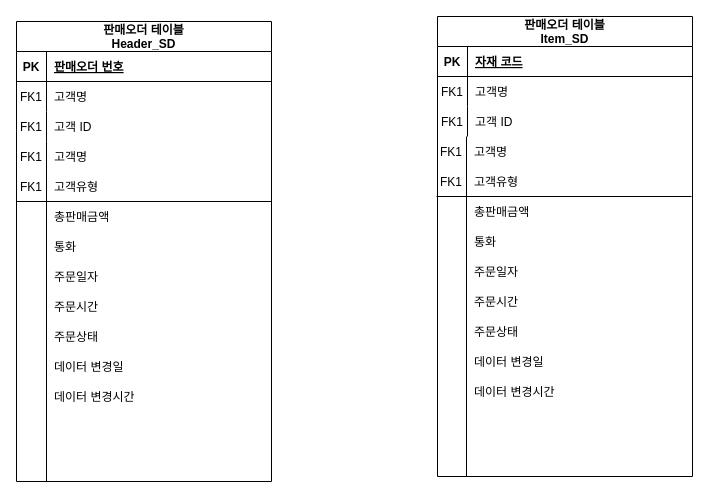
Earlier version of the draw.io diagram ERD.drawio (theboxx/haha). Source tidied: cells renumbered, new cells numbered last; positions are measured from the earlier drawing's top-left corner, leaving out a move shared by most shapes. Both pictures are drawn from the tidied source at 100%, with x=0, y=0 at pixel (16, 16).
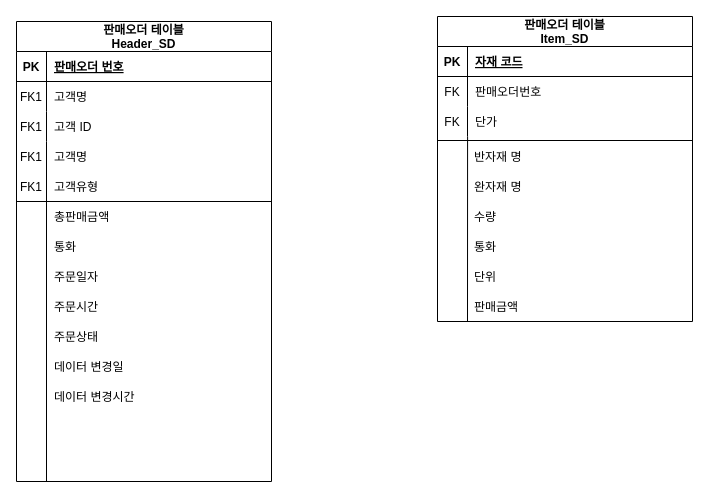
After the change.

The change refers to these unchanged cells:
```xml
<mxCell id="29" style="shape=partialRectangle;fillColor=none;top=0;left=0;right=0;bottom=0;" parent="25" vertex="1">
  <mxGeometry y="60" width="255" height="30" as="geometry" />
</mxCell>
<mxCell id="32" style="shape=partialRectangle;fillColor=none;points=[[0,0.5],[1,0.5]];portConstraint=eastwest;top=0;left=0;right=0;bottom=0;" parent="25" vertex="1">
  <mxGeometry y="90" width="255" height="30" as="geometry" />
</mxCell>
```

Change to the diagram source:
```diff
@@
     <mxCell id="25" value="판매오더 테이블&#10;Item_SD" style="shape=table;startSize=30;childLayout=tableLayout;rowLines=0;fontStyle=1;align=center;" parent="1" vertex="1">
-      <mxGeometry x="421" width="255" height="460" as="geometry" />
+      <mxGeometry x="421" width="255" height="305" as="geometry" />
     </mxCell>
@@
-    <mxCell id="30" value="FK1" style="shape=partialRectangle;overflow=hidden;fillColor=none;top=0;left=0;bottom=0;right=0;" parent="29" vertex="1">
+    <mxCell id="30" value="FK" style="shape=partialRectangle;overflow=hidden;fillColor=none;top=0;left=0;bottom=0;right=0;" parent="29" vertex="1">
       <mxGeometry width="30" height="30" as="geometry" />
     </mxCell>
-    <mxCell id="31" value="고객명" style="shape=partialRectangle;overflow=hidden;fillColor=none;top=0;left=0;bottom=0;right=0;align=left;spacingLeft=6;" parent="29" vertex="1">
+    <mxCell id="31" value="판매오더번호" style="shape=partialRectangle;overflow=hidden;fillColor=none;top=0;left=0;bottom=0;right=0;align=left;spacingLeft=6;" parent="29" vertex="1">
       <mxGeometry x="30" width="225" height="30" as="geometry" />
     </mxCell>
@@
-    <mxCell id="33" value="FK1" style="shape=partialRectangle;overflow=hidden;fillColor=none;top=0;left=0;bottom=0;right=0;" parent="32" vertex="1">
+    <mxCell id="33" value="FK" style="shape=partialRectangle;overflow=hidden;fillColor=none;top=0;left=0;bottom=0;right=0;" parent="32" vertex="1">
       <mxGeometry width="30" height="30" as="geometry" />
     </mxCell>
-    <mxCell id="34" value="고객 ID" style="shape=partialRectangle;overflow=hidden;fillColor=none;top=0;left=0;bottom=0;right=0;align=left;spacingLeft=6;" parent="32" vertex="1">
+    <mxCell id="34" value="단가" style="shape=partialRectangle;overflow=hidden;fillColor=none;top=0;left=0;bottom=0;right=0;align=left;spacingLeft=6;" parent="32" vertex="1">
       <mxGeometry x="30" width="225" height="30" as="geometry" />
     </mxCell>
-    <mxCell id="35" value="고객명" style="shape=partialRectangle;overflow=hidden;fillColor=none;top=0;left=0;bottom=0;right=0;align=left;spacingLeft=6;" parent="1" vertex="1">
-      <mxGeometry x="450" y="120" width="220" height="30" as="geometry" />
-    </mxCell>
-    <mxCell id="36" value="고객유형" style="shape=partialRectangle;overflow=hidden;fillColor=none;top=0;left=0;bottom=0;right=0;align=left;spacingLeft=6;" parent="1" vertex="1">
-      <mxGeometry x="450" y="150" width="220" height="30" as="geometry" />
-    </mxCell>
-    <mxCell id="37" value="FK1" style="shape=partialRectangle;overflow=hidden;fillColor=none;top=0;left=0;bottom=0;right=0;" parent="1" vertex="1">
-      <mxGeometry x="420" y="120" width="30" height="30" as="geometry" />
-    </mxCell>
-    <mxCell id="38" value="FK1" style="shape=partialRectangle;overflow=hidden;fillColor=none;top=0;left=0;bottom=0;right=0;" parent="1" vertex="1">
-      <mxGeometry x="420" y="150" width="30" height="30" as="geometry" />
-    </mxCell>
-    <mxCell id="39" style="endArrow=none;html=1;rounded=0;" parent="1" edge="1">
+    <mxCell id="39" style="endArrow=none;html=1;rounded=0;entryX=0.118;entryY=1;entryDx=0;entryDy=0;entryPerimeter=0;" parent="1" edge="1" target="32">
       <mxGeometry relative="1" as="geometry">
-        <mxPoint x="450" y="460" as="sourcePoint" />
-        <mxPoint x="450" y="120" as="targetPoint" />
+        <mxPoint x="451" y="305" as="sourcePoint" />
       </mxGeometry>
     </mxCell>
     <mxCell id="40" style="endArrow=none;html=1;rounded=0;" parent="1" edge="1">
       <mxGeometry relative="1" as="geometry">
-        <mxPoint x="420" y="180" as="sourcePoint" />
-        <mxPoint x="675" y="180" as="targetPoint" />
+        <mxPoint x="421" y="124" as="sourcePoint" />
+        <mxPoint x="676" y="124" as="targetPoint" />
       </mxGeometry>
     </mxCell>
-    <mxCell id="41" value="총판매금액" style="shape=partialRectangle;overflow=hidden;fillColor=none;top=0;left=0;bottom=0;right=0;align=left;spacingLeft=6;" parent="1" vertex="1">
-      <mxGeometry x="450" y="180" width="220" height="30" as="geometry" />
+    <mxCell id="41" value="완자재 명" style="shape=partialRectangle;overflow=hidden;fillColor=none;top=0;left=0;bottom=0;right=0;align=left;spacingLeft=6;" parent="1" vertex="1">
+      <mxGeometry x="450" y="155" width="220" height="30" as="geometry" />
     </mxCell>
     <mxCell id="42" value="통화" style="shape=partialRectangle;overflow=hidden;fillColor=none;top=0;left=0;bottom=0;right=0;align=left;spacingLeft=6;" parent="1" vertex="1">
-      <mxGeometry x="450" y="210" width="220" height="30" as="geometry" />
+      <mxGeometry x="450" y="215" width="220" height="30" as="geometry" />
     </mxCell>
-    <mxCell id="43" value="주문일자" style="shape=partialRectangle;overflow=hidden;fillColor=none;top=0;left=0;bottom=0;right=0;align=left;spacingLeft=6;" parent="1" vertex="1">
-      <mxGeometry x="450" y="240" width="220" height="30" as="geometry" />
+    <mxCell id="43" value="반자재 명" style="shape=partialRectangle;overflow=hidden;fillColor=none;top=0;left=0;bottom=0;right=0;align=left;spacingLeft=6;" parent="1" vertex="1">
+      <mxGeometry x="450" y="125" width="220" height="30" as="geometry" />
     </mxCell>
-    <mxCell id="44" value="주문시간" style="shape=partialRectangle;overflow=hidden;fillColor=none;top=0;left=0;bottom=0;right=0;align=left;spacingLeft=6;" parent="1" vertex="1">
-      <mxGeometry x="450" y="270" width="220" height="30" as="geometry" />
+    <mxCell id="44" value="수량" style="shape=partialRectangle;overflow=hidden;fillColor=none;top=0;left=0;bottom=0;right=0;align=left;spacingLeft=6;" parent="1" vertex="1">
+      <mxGeometry x="450" y="185" width="220" height="30" as="geometry" />
     </mxCell>
-    <mxCell id="45" value="주문상태" style="shape=partialRectangle;overflow=hidden;fillColor=none;top=0;left=0;bottom=0;right=0;align=left;spacingLeft=6;" parent="1" vertex="1">
-      <mxGeometry x="450" y="300" width="220" height="30" as="geometry" />
+    <mxCell id="45" value="단위" style="shape=partialRectangle;overflow=hidden;fillColor=none;top=0;left=0;bottom=0;right=0;align=left;spacingLeft=6;" parent="1" vertex="1">
+      <mxGeometry x="450" y="245" width="220" height="30" as="geometry" />
     </mxCell>
-    <mxCell id="46" value="데이터 변경일" style="shape=partialRectangle;overflow=hidden;fillColor=none;top=0;left=0;bottom=0;right=0;align=left;spacingLeft=6;" parent="1" vertex="1">
-      <mxGeometry x="450" y="330" width="220" height="30" as="geometry" />
+    <mxCell id="46" value="판매금액" style="shape=partialRectangle;overflow=hidden;fillColor=none;top=0;left=0;bottom=0;right=0;align=left;spacingLeft=6;" parent="1" vertex="1">
+      <mxGeometry x="450" y="275" width="220" height="30" as="geometry" />
     </mxCell>
-    <mxCell id="47" value="데이터 변경시간" style="shape=partialRectangle;overflow=hidden;fillColor=none;top=0;left=0;bottom=0;right=0;align=left;spacingLeft=6;" parent="1" vertex="1">
-      <mxGeometry x="450" y="360" width="220" height="30" as="geometry" />
-    </mxCell>
```
